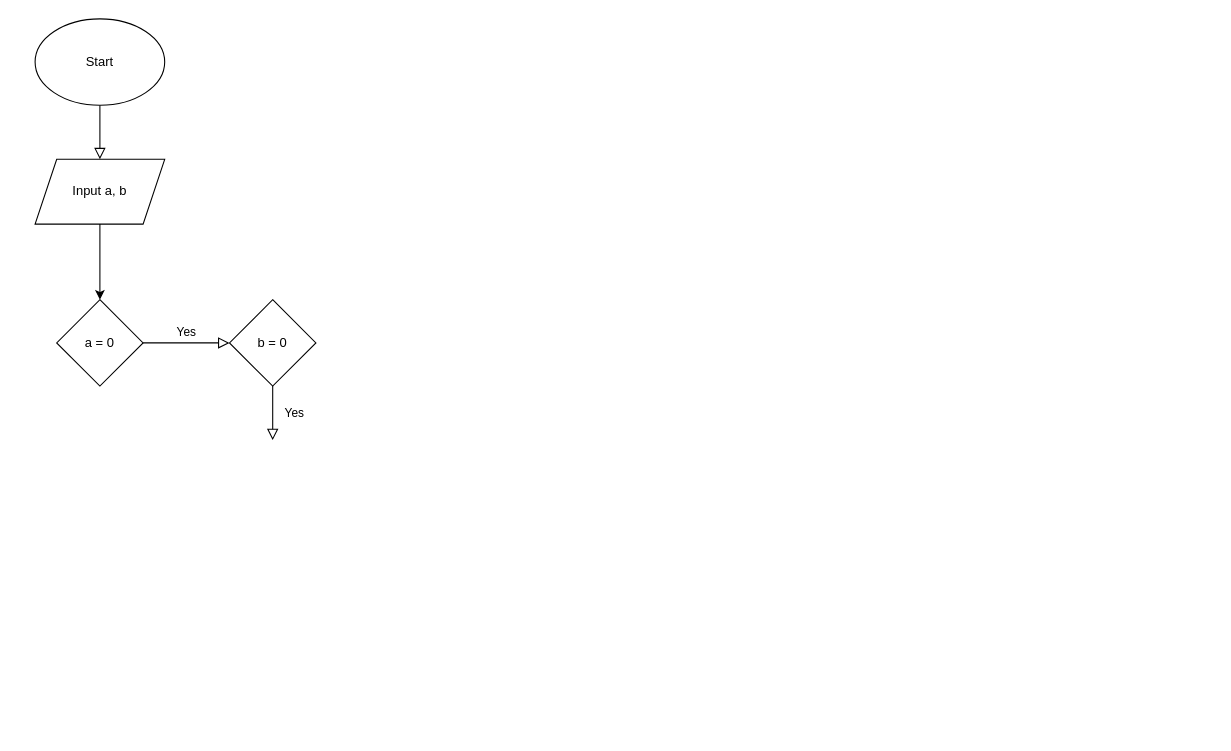
Before: 1. C/Lab/Lab 1/Lab 1.2 ax + b = 0 flowchart.drawio in thaituanhiep/iot-course, a draw.io diagram. Source tidied: cells renumbered, new cells numbered last; positions are measured from the earlier drawing's top-left corner, leaving out a move shared by most shapes. Both pictures are drawn from the tidied source at 108%, with x=0, y=0 at pixel (35, 18).
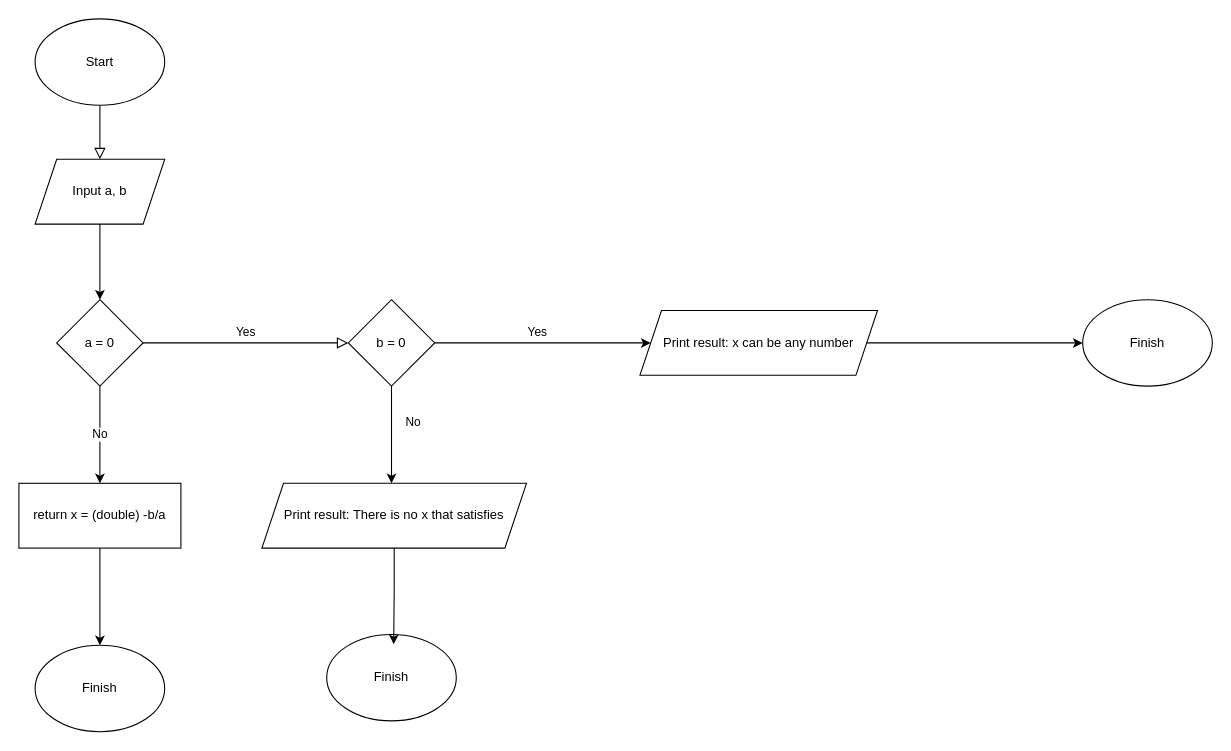
The same page after the edit.

Commit message:
Cập nhật Lab 1.2 ax + b = 0 flowchart.drawio

Unchanged cells that the change refers to:
```xml
<mxCell id="6" value="a = 0" style="rhombus;whiteSpace=wrap;html=1;" parent="1" vertex="1">
  <mxGeometry x="20" y="260" width="80" height="80" as="geometry" />
</mxCell>
```

Diff of the diagram source:
```diff
@@
+    <mxCell id="10" value="No" style="edgeStyle=orthogonalEdgeStyle;rounded=0;jettySize=auto;html=1;" parent="1" edge="1" source="6" target="16">
+      <mxGeometry relative="1" as="geometry" />
+    </mxCell>
@@
+    <mxCell id="11" value="No&lt;div&gt;&lt;br&gt;&lt;/div&gt;" style="edgeStyle=orthogonalEdgeStyle;rounded=0;jettySize=auto;html=1;" parent="1" edge="1" source="7" target="12">
+      <mxGeometry x="-0.11" y="20" relative="1" as="geometry">
+        <Array as="points">
+          <mxPoint x="330" y="380" />
+          <mxPoint x="330" y="380" />
+        </Array>
+      </mxGeometry>
+    </mxCell>
+    <mxCell id="9" value="Yes" style="edgeStyle=orthogonalEdgeStyle;rounded=0;jettySize=auto;html=1;" parent="1" edge="1" source="7" target="14">
+      <mxGeometry x="-0.05" y="10" relative="1" as="geometry" />
+    </mxCell>
     <mxCell id="7" value="b = 0" style="rhombus;whiteSpace=wrap;html=1;" parent="1" vertex="1">
-      <mxGeometry x="180" y="260" width="80" height="80" as="geometry" />
+      <mxGeometry x="290" y="260" width="80" height="80" as="geometry" />
     </mxCell>
@@
-    <mxCell id="9" value="Yes" style="edgeStyle=orthogonalEdgeStyle;rounded=0;html=1;jettySize=auto;fontSize=11;endArrow=block;endFill=0;endSize=8;strokeWidth=1;shadow=0;labelBackgroundColor=none;exitX=0.5;exitY=1;exitDx=0;exitDy=0;" parent="1" edge="1" source="7">
-      <mxGeometry y="20" relative="1" as="geometry">
-        <mxPoint x="220" y="390" as="targetPoint" />
-        <Array as="points">
-          <mxPoint x="220" y="365" />
-          <mxPoint x="220" y="365" />
-        </Array>
-      </mxGeometry>
-    </mxCell>
+    <mxCell id="12" value="Print result:&amp;nbsp;There is no x that satisfies" style="shape=parallelogram;perimeter=parallelogramPerimeter;whiteSpace=wrap;html=1;fixedSize=1;" parent="1" vertex="1">
+      <mxGeometry x="210" y="430" width="245" height="60" as="geometry" />
+    </mxCell>
+    <mxCell id="13" style="edgeStyle=orthogonalEdgeStyle;rounded=0;jettySize=auto;html=1;" parent="1" edge="1" source="14" target="19">
+      <mxGeometry relative="1" as="geometry" />
+    </mxCell>
+    <mxCell id="14" value="Print result:&amp;nbsp;x can be any number" style="shape=parallelogram;perimeter=parallelogramPerimeter;whiteSpace=wrap;html=1;fixedSize=1;" parent="1" vertex="1">
+      <mxGeometry x="560" y="270" width="220" height="60" as="geometry" />
+    </mxCell>
+    <mxCell id="15" style="edgeStyle=orthogonalEdgeStyle;rounded=0;jettySize=auto;html=1;entryX=0.5;entryY=0;entryDx=0;entryDy=0;" parent="1" edge="1" source="16" target="17">
+      <mxGeometry relative="1" as="geometry" />
+    </mxCell>
+    <mxCell id="16" value="return x = (double) -b/a" style="whiteSpace=wrap;html=1;" parent="1" vertex="1">
+      <mxGeometry x="-15" y="430" width="150" height="60" as="geometry" />
+    </mxCell>
+    <mxCell id="17" value="Finish" style="ellipse;whiteSpace=wrap;html=1;" parent="1" vertex="1">
+      <mxGeometry y="580" width="120" height="80" as="geometry" />
+    </mxCell>
+    <mxCell id="18" value="Finish" style="ellipse;whiteSpace=wrap;html=1;" parent="1" vertex="1">
+      <mxGeometry x="270" y="570" width="120" height="80" as="geometry" />
+    </mxCell>
+    <mxCell id="19" value="Finish" style="ellipse;whiteSpace=wrap;html=1;" parent="1" vertex="1">
+      <mxGeometry x="970" y="260" width="120" height="80" as="geometry" />
+    </mxCell>
+    <mxCell id="20" style="edgeStyle=orthogonalEdgeStyle;rounded=0;jettySize=auto;html=1;entryX=0.517;entryY=0.113;entryDx=0;entryDy=0;entryPerimeter=0;" parent="1" edge="1" source="12" target="18">
+      <mxGeometry relative="1" as="geometry" />
+    </mxCell>
```
